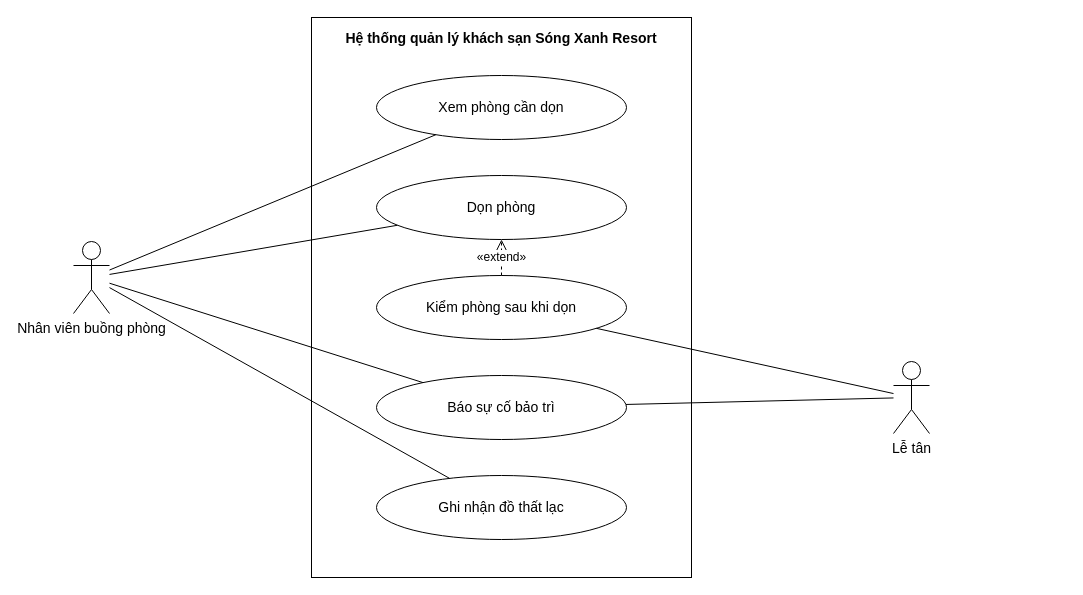
The draw.io diagram docs/use-case/uc6-don-kiem-phong.drawio in ngynquchn2511/beach-hotel, before the edit. Source tidied: cells renumbered, new cells numbered last; positions are measured from the earlier drawing's top-left corner, leaving out a move shared by most shapes. Both pictures are drawn from the tidied source at 100%, with x=0, y=0 at pixel (73, 17).
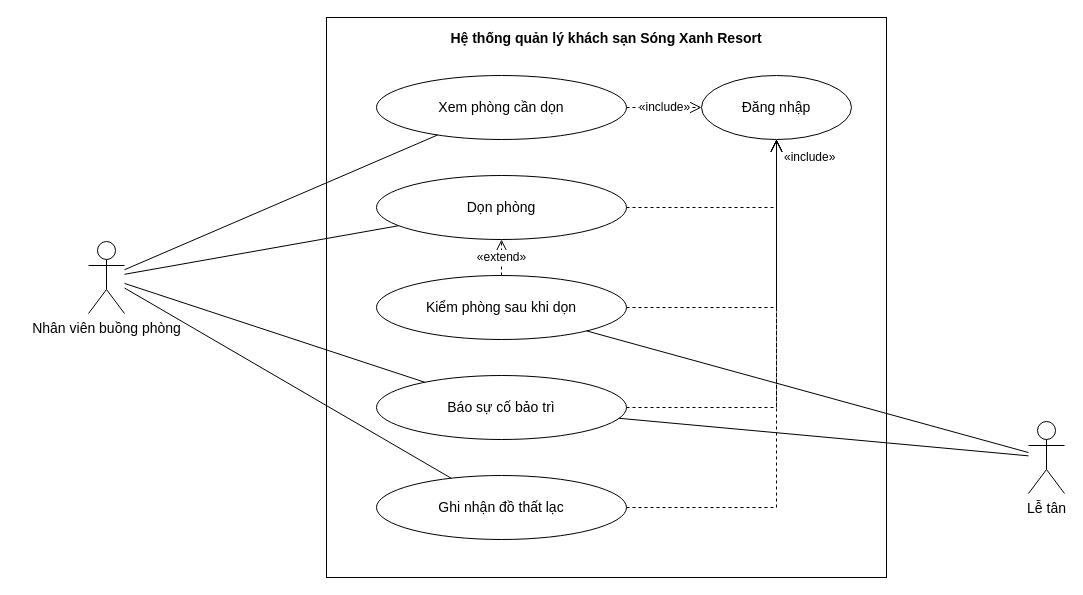
Above is the later version.

The change refers to these unchanged cells:
```xml
<mxCell id="3" value="Xem phòng cần dọn" style="fontFamily=Arial;fontColor=#000000;ellipse;whiteSpace=wrap;html=1;fillColor=#FFFFFF;strokeColor=#000000;fontSize=14;" parent="1" vertex="1">
  <mxGeometry x="303" y="58" width="250" height="64" as="geometry" />
</mxCell>
<mxCell id="4" value="Dọn phòng" style="fontFamily=Arial;fontColor=#000000;ellipse;whiteSpace=wrap;html=1;fillColor=#FFFFFF;strokeColor=#000000;fontSize=14;" parent="1" vertex="1">
  <mxGeometry x="303" y="158" width="250" height="64" as="geometry" />
</mxCell>
<mxCell id="5" value="Kiểm phòng sau khi dọn" style="fontFamily=Arial;fontColor=#000000;ellipse;whiteSpace=wrap;html=1;fillColor=#FFFFFF;strokeColor=#000000;fontSize=14;" parent="1" vertex="1">
  <mxGeometry x="303" y="258" width="250" height="64" as="geometry" />
</mxCell>
<mxCell id="6" value="Báo sự cố bảo trì" style="fontFamily=Arial;fontColor=#000000;ellipse;whiteSpace=wrap;html=1;fillColor=#FFFFFF;strokeColor=#000000;fontSize=14;" parent="1" vertex="1">
  <mxGeometry x="303" y="358" width="250" height="64" as="geometry" />
</mxCell>
<mxCell id="7" value="Ghi nhận đồ thất lạc" style="fontFamily=Arial;fontColor=#000000;ellipse;whiteSpace=wrap;html=1;fillColor=#FFFFFF;strokeColor=#000000;fontSize=14;" parent="1" vertex="1">
  <mxGeometry x="303" y="458" width="250" height="64" as="geometry" />
</mxCell>
```

What changed in the source:
```diff
@@
     <mxCell id="2" value="Hệ thống quản lý khách sạn Sóng Xanh Resort" style="fontFamily=Arial;fontColor=#000000;rounded=0;whiteSpace=wrap;html=1;verticalAlign=top;fontStyle=1;fontSize=14;fillColor=none;strokeColor=#000000;spacingTop=6;" parent="1" vertex="1">
-      <mxGeometry x="238" width="380" height="560" as="geometry" />
+      <mxGeometry x="253" width="560" height="560" as="geometry" />
     </mxCell>
@@
-    <mxCell id="8" value="Nhân viên buồng phòng" style="fontFamily=Arial;fontColor=#000000;shape=umlActor;verticalLabelPosition=bottom;verticalAlign=top;html=1;outlineConnect=0;fillColor=#FFFFFF;strokeColor=#000000;fontSize=14;" parent="1" vertex="1">
-      <mxGeometry y="224" width="36" height="72" as="geometry" />
+    <mxCell id="8" value="Đăng nhập" style="fontFamily=Arial;fontColor=#000000;ellipse;whiteSpace=wrap;html=1;fillColor=#FFFFFF;strokeColor=#000000;fontSize=14;" parent="1" vertex="1">
+      <mxGeometry x="628" y="58" width="150" height="64" as="geometry" />
     </mxCell>
-    <mxCell id="9" value="Lễ tân" style="fontFamily=Arial;fontColor=#000000;shape=umlActor;verticalLabelPosition=bottom;verticalAlign=top;html=1;outlineConnect=0;fillColor=#FFFFFF;strokeColor=#000000;fontSize=14;" parent="1" vertex="1">
-      <mxGeometry x="820" y="344" width="36" height="72" as="geometry" />
-    </mxCell>
+    <mxCell id="17" value="«include»" style="fontFamily=Arial;fontColor=#000000;endArrow=open;endSize=10;dashed=1;html=1;strokeColor=#000000;rounded=0;fontSize=12;labelBackgroundColor=#FFFFFF;exitX=1;exitY=0.5;exitDx=0;exitDy=0;exitPerimeter=0;entryX=0;entryY=0.5;entryDx=0;entryDy=0;entryPerimeter=0;" parent="1" edge="1" source="3" target="8">
+      <mxGeometry relative="1" as="geometry" />
+    </mxCell>
-    <mxCell id="10" style="fontFamily=Arial;fontColor=#000000;endArrow=none;html=1;strokeColor=#000000;rounded=0;" parent="1" edge="1" source="8" target="3">
-      <mxGeometry relative="1" as="geometry" />
+    <mxCell id="10" style="fontFamily=Arial;fontColor=#000000;endArrow=open;endSize=10;dashed=1;html=1;strokeColor=#000000;rounded=0;fontSize=12;labelBackgroundColor=#FFFFFF;exitX=1;exitY=0.5;exitDx=0;exitDy=0;exitPerimeter=0;entryX=0.5;entryY=1;entryDx=0;entryDy=0;entryPerimeter=0;" parent="1" edge="1" source="4" target="8">
+      <mxGeometry relative="1" as="geometry">
+        <Array as="points">
+          <mxPoint x="703" y="190" />
+        </Array>
+      </mxGeometry>
     </mxCell>
-    <mxCell id="11" style="fontFamily=Arial;fontColor=#000000;endArrow=none;html=1;strokeColor=#000000;rounded=0;" parent="1" edge="1" source="8" target="4">
-      <mxGeometry relative="1" as="geometry" />
+    <mxCell id="11" style="fontFamily=Arial;fontColor=#000000;endArrow=open;endSize=10;dashed=1;html=1;strokeColor=#000000;rounded=0;fontSize=12;labelBackgroundColor=#FFFFFF;exitX=1;exitY=0.5;exitDx=0;exitDy=0;exitPerimeter=0;entryX=0.5;entryY=1;entryDx=0;entryDy=0;entryPerimeter=0;" parent="1" edge="1" source="5" target="8">
+      <mxGeometry relative="1" as="geometry">
+        <Array as="points">
+          <mxPoint x="703" y="290" />
+        </Array>
+      </mxGeometry>
     </mxCell>
-    <mxCell id="12" style="fontFamily=Arial;fontColor=#000000;endArrow=none;html=1;strokeColor=#000000;rounded=0;" parent="1" edge="1" source="8" target="6">
-      <mxGeometry relative="1" as="geometry" />
+    <mxCell id="12" style="fontFamily=Arial;fontColor=#000000;endArrow=open;endSize=10;dashed=1;html=1;strokeColor=#000000;rounded=0;fontSize=12;labelBackgroundColor=#FFFFFF;exitX=1;exitY=0.5;exitDx=0;exitDy=0;exitPerimeter=0;entryX=0.5;entryY=1;entryDx=0;entryDy=0;entryPerimeter=0;" parent="1" edge="1" source="6" target="8">
+      <mxGeometry relative="1" as="geometry">
+        <Array as="points">
+          <mxPoint x="703" y="390" />
+        </Array>
+      </mxGeometry>
     </mxCell>
-    <mxCell id="13" style="fontFamily=Arial;fontColor=#000000;endArrow=none;html=1;strokeColor=#000000;rounded=0;" parent="1" edge="1" source="8" target="7">
-      <mxGeometry relative="1" as="geometry" />
+    <mxCell id="13" style="fontFamily=Arial;fontColor=#000000;endArrow=open;endSize=10;dashed=1;html=1;strokeColor=#000000;rounded=0;fontSize=12;labelBackgroundColor=#FFFFFF;exitX=1;exitY=0.5;exitDx=0;exitDy=0;exitPerimeter=0;entryX=0.5;entryY=1;entryDx=0;entryDy=0;entryPerimeter=0;" parent="1" edge="1" source="7" target="8">
+      <mxGeometry relative="1" as="geometry">
+        <Array as="points">
+          <mxPoint x="703" y="490" />
+        </Array>
+      </mxGeometry>
     </mxCell>
+    <mxCell id="18" value="«include»" style="fontFamily=Arial;fontColor=#000000;text;html=1;align=left;verticalAlign=middle;fontSize=12;strokeColor=none;fillColor=none;" parent="1" vertex="1">
+      <mxGeometry x="709" y="130" width="80" height="20" as="geometry" />
+    </mxCell>
+    <mxCell id="19" value="Nhân viên buồng phòng" style="fontFamily=Arial;fontColor=#000000;shape=umlActor;verticalLabelPosition=bottom;verticalAlign=top;html=1;outlineConnect=0;fillColor=#FFFFFF;strokeColor=#000000;fontSize=14;" parent="1" vertex="1">
+      <mxGeometry x="15" y="224" width="36" height="72" as="geometry" />
+    </mxCell>
+    <mxCell id="9" value="Lễ tân" style="fontFamily=Arial;fontColor=#000000;shape=umlActor;verticalLabelPosition=bottom;verticalAlign=top;html=1;outlineConnect=0;fillColor=#FFFFFF;strokeColor=#000000;fontSize=14;" parent="1" vertex="1">
+      <mxGeometry x="955" y="404" width="36" height="72" as="geometry" />
+    </mxCell>
+    <mxCell id="20" style="fontFamily=Arial;fontColor=#000000;endArrow=none;html=1;strokeColor=#000000;rounded=0;" parent="1" edge="1" source="19" target="3">
+      <mxGeometry relative="1" as="geometry" />
+    </mxCell>
+    <mxCell id="21" style="fontFamily=Arial;fontColor=#000000;endArrow=none;html=1;strokeColor=#000000;rounded=0;" parent="1" edge="1" source="19" target="4">
+      <mxGeometry relative="1" as="geometry" />
+    </mxCell>
+    <mxCell id="22" style="fontFamily=Arial;fontColor=#000000;endArrow=none;html=1;strokeColor=#000000;rounded=0;" parent="1" edge="1" source="19" target="6">
+      <mxGeometry relative="1" as="geometry" />
+    </mxCell>
+    <mxCell id="23" style="fontFamily=Arial;fontColor=#000000;endArrow=none;html=1;strokeColor=#000000;rounded=0;" parent="1" edge="1" source="19" target="7">
+      <mxGeometry relative="1" as="geometry" />
+    </mxCell>
```
